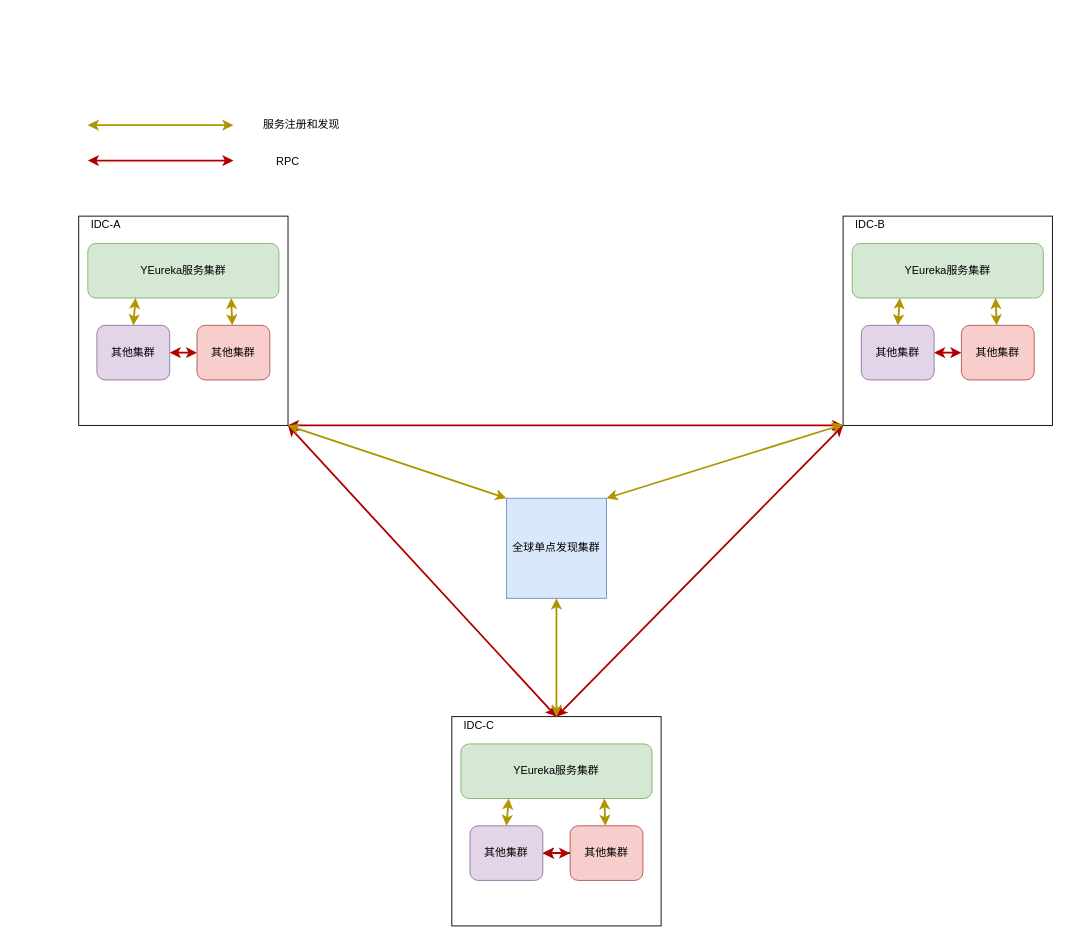
Gred01/study keeps this draw.io diagram as Untitled Diagram.drawio. Above is the earlier version. Source tidied: cells renumbered, new cells numbered last; positions are measured from the earlier drawing's top-left corner, leaving out a move shared by most shapes. Both pictures are drawn from the tidied source at 91%, with x=0, y=0 at pixel (78, 116).
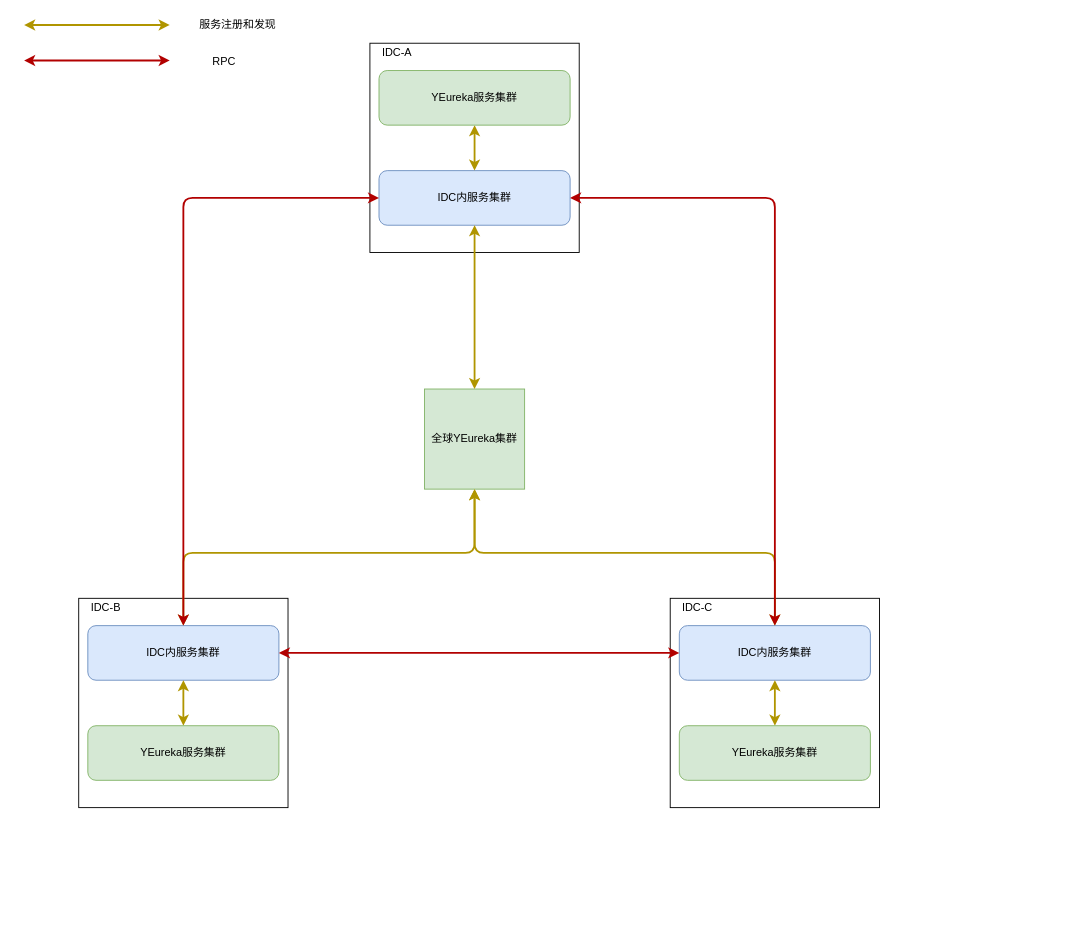
Above is the later version.

Diff of the diagram source:
```diff
@@
     <mxCell id="2" style="whiteSpace=wrap;html=1;" parent="1" vertex="1">
-      <mxGeometry y="110" width="230" height="230" as="geometry" />
+      <mxGeometry y="530" width="230" height="230" as="geometry" />
     </mxCell>
-    <mxCell id="3" value="YEureka服务集群" style="rounded=1;whiteSpace=wrap;html=1;fillColor=#d5e8d4;strokeColor=#82b366;" parent="1" vertex="1">
-      <mxGeometry x="10" y="140" width="210" height="60" as="geometry" />
+    <mxCell id="3" value="IDC内服务集群" style="rounded=1;whiteSpace=wrap;html=1;fillColor=#dae8fc;strokeColor=#6c8ebf;" parent="1" vertex="1">
+      <mxGeometry x="10" y="560" width="210" height="60" as="geometry" />
     </mxCell>
-    <mxCell id="4" value="IDC-A" style="text;html=1;strokeColor=none;fillColor=none;align=center;verticalAlign=middle;whiteSpace=wrap;rounded=0;" parent="1" vertex="1">
-      <mxGeometry y="110" width="60" height="20" as="geometry" />
+    <mxCell id="4" value="IDC-B" style="text;html=1;strokeColor=none;fillColor=none;align=center;verticalAlign=middle;whiteSpace=wrap;rounded=0;" parent="1" vertex="1">
+      <mxGeometry y="530" width="60" height="20" as="geometry" />
     </mxCell>
-    <mxCell id="5" value="其他集群" style="rounded=1;whiteSpace=wrap;html=1;fillColor=#f8cecc;strokeColor=#b85450;" parent="1" vertex="1">
-      <mxGeometry x="130" y="230" width="80" height="60" as="geometry" />
-    </mxCell>
-    <mxCell id="6" style="endArrow=classic;startArrow=classic;html=1;exitX=0.75;exitY=1;exitDx=0;exitDy=0;fillColor=#e3c800;strokeColor=#B09500;strokeWidth=2;" parent="1" edge="1" source="3" target="5">
+    <mxCell id="6" style="endArrow=classic;startArrow=classic;html=1;exitX=0.5;exitY=1;exitDx=0;exitDy=0;fillColor=#e3c800;strokeColor=#B09500;strokeWidth=2;entryX=0.5;entryY=0;entryDx=0;entryDy=0;" parent="1" edge="1" source="3" target="38">
       <mxGeometry relative="1" as="geometry" />
     </mxCell>
-    <mxCell id="7" value="其他集群" style="rounded=1;whiteSpace=wrap;html=1;fillColor=#e1d5e7;strokeColor=#9673a6;" parent="1" vertex="1">
-      <mxGeometry x="20" y="230" width="80" height="60" as="geometry" />
-    </mxCell>
-    <mxCell id="8" style="endArrow=classic;startArrow=classic;html=1;exitX=0.5;exitY=0;exitDx=0;exitDy=0;entryX=0.25;entryY=1;entryDx=0;entryDy=0;fillColor=#e3c800;strokeColor=#B09500;strokeWidth=2;" parent="1" edge="1" source="7" target="3">
-      <mxGeometry relative="1" as="geometry" />
-    </mxCell>
-    <mxCell id="9" style="endArrow=classic;startArrow=classic;html=1;entryX=0;entryY=0.5;entryDx=0;entryDy=0;fillColor=#e51400;strokeColor=#B20000;strokeWidth=2;" parent="1" edge="1" source="7" target="5">
-      <mxGeometry relative="1" as="geometry" />
-    </mxCell>
-    <mxCell id="10" style="whiteSpace=wrap;html=1;" parent="1" vertex="1">
-      <mxGeometry x="840" y="110" width="230" height="230" as="geometry" />
-    </mxCell>
-    <mxCell id="11" value="YEureka服务集群" style="rounded=1;whiteSpace=wrap;html=1;fillColor=#d5e8d4;strokeColor=#82b366;" parent="1" vertex="1">
-      <mxGeometry x="850" y="140" width="210" height="60" as="geometry" />
-    </mxCell>
-    <mxCell id="12" value="IDC-B" style="text;html=1;strokeColor=none;fillColor=none;align=center;verticalAlign=middle;whiteSpace=wrap;rounded=0;" parent="1" vertex="1">
-      <mxGeometry x="840" y="110" width="60" height="20" as="geometry" />
-    </mxCell>
-    <mxCell id="13" value="其他集群" style="rounded=1;whiteSpace=wrap;html=1;fillColor=#f8cecc;strokeColor=#b85450;" parent="1" vertex="1">
-      <mxGeometry x="970" y="230" width="80" height="60" as="geometry" />
-    </mxCell>
-    <mxCell id="14" style="endArrow=classic;startArrow=classic;html=1;exitX=0.75;exitY=1;exitDx=0;exitDy=0;fillColor=#e3c800;strokeColor=#B09500;strokeWidth=2;" parent="1" edge="1" source="11" target="13">
-      <mxGeometry relative="1" as="geometry" />
-    </mxCell>
-    <mxCell id="15" value="其他集群" style="rounded=1;whiteSpace=wrap;html=1;fillColor=#e1d5e7;strokeColor=#9673a6;" parent="1" vertex="1">
-      <mxGeometry x="860" y="230" width="80" height="60" as="geometry" />
-    </mxCell>
-    <mxCell id="16" style="endArrow=classic;startArrow=classic;html=1;exitX=0.5;exitY=0;exitDx=0;exitDy=0;entryX=0.25;entryY=1;entryDx=0;entryDy=0;fillColor=#e3c800;strokeColor=#B09500;strokeWidth=2;" parent="1" edge="1" source="15" target="11">
-      <mxGeometry relative="1" as="geometry" />
-    </mxCell>
-    <mxCell id="17" style="endArrow=classic;startArrow=classic;html=1;entryX=0;entryY=0.5;entryDx=0;entryDy=0;fillColor=#e51400;strokeColor=#B20000;strokeWidth=2;" parent="1" edge="1" source="15" target="13">
-      <mxGeometry relative="1" as="geometry" />
-    </mxCell>
-    <mxCell id="18" style="whiteSpace=wrap;html=1;" parent="1" vertex="1">
-      <mxGeometry x="410" y="660" width="230" height="230" as="geometry" />
-    </mxCell>
-    <mxCell id="19" value="YEureka服务集群" style="rounded=1;whiteSpace=wrap;html=1;fillColor=#d5e8d4;strokeColor=#82b366;" parent="1" vertex="1">
-      <mxGeometry x="420" y="690" width="210" height="60" as="geometry" />
-    </mxCell>
-    <mxCell id="20" value="IDC-C" style="text;html=1;strokeColor=none;fillColor=none;align=center;verticalAlign=middle;whiteSpace=wrap;rounded=0;" parent="1" vertex="1">
-      <mxGeometry x="410" y="660" width="60" height="20" as="geometry" />
-    </mxCell>
-    <mxCell id="21" style="edgeStyle=orthogonalEdgeStyle;rounded=0;jettySize=auto;html=1;strokeWidth=2;" parent="1" edge="1" source="22" target="24">
-      <mxGeometry relative="1" as="geometry" />
-    </mxCell>
-    <mxCell id="22" value="其他集群" style="rounded=1;whiteSpace=wrap;html=1;fillColor=#f8cecc;strokeColor=#b85450;" parent="1" vertex="1">
-      <mxGeometry x="540" y="780" width="80" height="60" as="geometry" />
-    </mxCell>
-    <mxCell id="23" style="endArrow=classic;startArrow=classic;html=1;exitX=0.75;exitY=1;exitDx=0;exitDy=0;fillColor=#e3c800;strokeColor=#B09500;strokeWidth=2;" parent="1" edge="1" source="19" target="22">
-      <mxGeometry relative="1" as="geometry" />
-    </mxCell>
-    <mxCell id="24" value="其他集群" style="rounded=1;whiteSpace=wrap;html=1;fillColor=#e1d5e7;strokeColor=#9673a6;" parent="1" vertex="1">
-      <mxGeometry x="430" y="780" width="80" height="60" as="geometry" />
-    </mxCell>
-    <mxCell id="25" style="endArrow=classic;startArrow=classic;html=1;exitX=0.5;exitY=0;exitDx=0;exitDy=0;entryX=0.25;entryY=1;entryDx=0;entryDy=0;fillColor=#e3c800;strokeColor=#B09500;strokeWidth=2;" parent="1" edge="1" source="24" target="19">
-      <mxGeometry relative="1" as="geometry" />
-    </mxCell>
-    <mxCell id="26" style="endArrow=classic;startArrow=classic;html=1;entryX=1;entryY=1;entryDx=0;entryDy=0;fillColor=#e51400;strokeColor=#B20000;strokeWidth=2;exitX=0.5;exitY=0;exitDx=0;exitDy=0;" parent="1" edge="1" source="18" target="2">
-      <mxGeometry relative="1" as="geometry" />
-    </mxCell>
-    <mxCell id="27" style="endArrow=classic;startArrow=classic;html=1;strokeWidth=2;fillColor=#e51400;strokeColor=#B20000;entryX=0.5;entryY=0;entryDx=0;entryDy=0;exitX=0;exitY=1;exitDx=0;exitDy=0;" parent="1" edge="1" source="10" target="18">
-      <mxGeometry relative="1" as="geometry" />
-    </mxCell>
-    <mxCell id="28" style="endArrow=classic;startArrow=classic;html=1;entryX=1;entryY=1;entryDx=0;entryDy=0;strokeWidth=2;fillColor=#e51400;strokeColor=#B20000;" parent="1" edge="1" target="2">
-      <mxGeometry relative="1" as="geometry">
-        <mxPoint x="840" y="340" as="sourcePoint" />
-      </mxGeometry>
-    </mxCell>
-    <mxCell id="29" value="全球单点发现集群" style="whiteSpace=wrap;html=1;fillColor=#dae8fc;strokeColor=#6c8ebf;rounded=0;" parent="1" vertex="1">
-      <mxGeometry x="470" y="420" width="110" height="110" as="geometry" />
+    <mxCell id="29" value="全球YEureka集群" style="whiteSpace=wrap;html=1;fillColor=#d5e8d4;strokeColor=#82b366;rounded=0;" parent="1" vertex="1">
+      <mxGeometry x="380" y="300" width="110" height="110" as="geometry" />
     </mxCell>
-    <mxCell id="30" style="endArrow=classic;startArrow=classic;html=1;exitX=0.5;exitY=1;exitDx=0;exitDy=0;fillColor=#e3c800;strokeColor=#B09500;strokeWidth=2;entryX=0.5;entryY=0;entryDx=0;entryDy=0;" parent="1" edge="1" source="29" target="18">
-      <mxGeometry relative="1" as="geometry" />
-    </mxCell>
-    <mxCell id="31" style="endArrow=classic;startArrow=classic;html=1;entryX=1;entryY=1;entryDx=0;entryDy=0;exitX=0;exitY=0;exitDx=0;exitDy=0;fillColor=#e3c800;strokeColor=#B09500;strokeWidth=2;" parent="1" edge="1" source="29" target="2">
-      <mxGeometry relative="1" as="geometry" />
-    </mxCell>
-    <mxCell id="32" style="endArrow=classic;startArrow=classic;html=1;exitX=0;exitY=0;exitDx=0;exitDy=0;fillColor=#e3c800;strokeColor=#B09500;strokeWidth=2;entryX=1;entryY=0;entryDx=0;entryDy=0;" parent="1" edge="1" target="29">
-      <mxGeometry relative="1" as="geometry">
-        <mxPoint x="840" y="339" as="sourcePoint" />
-      </mxGeometry>
-    </mxCell>
     <mxCell id="33" style="endArrow=classic;startArrow=classic;html=1;fillColor=#e51400;strokeColor=#B20000;strokeWidth=2;" parent="1" edge="1">
       <mxGeometry relative="1" as="geometry">
-        <mxPoint x="10" y="49" as="sourcePoint" />
-        <mxPoint x="170" y="49" as="targetPoint" />
+        <mxPoint x="-60" y="-61" as="sourcePoint" />
+        <mxPoint x="100" y="-61" as="targetPoint" />
       </mxGeometry>
     </mxCell>
     <mxCell id="34" style="endArrow=classic;startArrow=classic;html=1;fillColor=#e3c800;strokeColor=#B09500;strokeWidth=2;" parent="1" edge="1">
       <mxGeometry relative="1" as="geometry">
-        <mxPoint x="10" y="10" as="sourcePoint" />
-        <mxPoint x="170" y="10" as="targetPoint" />
+        <mxPoint x="-60" y="-100" as="sourcePoint" />
+        <mxPoint x="100" y="-100" as="targetPoint" />
       </mxGeometry>
     </mxCell>
     <mxCell id="35" value="服务注册和发现" style="text;html=1;strokeColor=none;fillColor=none;align=center;verticalAlign=middle;whiteSpace=wrap;rounded=0;" parent="1" vertex="1">
-      <mxGeometry x="200" width="90" height="20" as="geometry" />
+      <mxGeometry x="130" y="-110" width="90" height="20" as="geometry" />
     </mxCell>
     <mxCell id="36" value="RPC" style="text;html=1;strokeColor=none;fillColor=none;align=center;verticalAlign=middle;whiteSpace=wrap;rounded=0;" parent="1" vertex="1">
-      <mxGeometry x="200" y="40" width="60" height="20" as="geometry" />
+      <mxGeometry x="130" y="-70" width="60" height="20" as="geometry" />
     </mxCell>
-    <mxCell id="37" style="endArrow=classic;startArrow=classic;html=1;fillColor=#e51400;strokeColor=#B20000;strokeWidth=2;entryX=0;entryY=0.5;entryDx=0;entryDy=0;" parent="1" edge="1" target="22">
-      <mxGeometry relative="1" as="geometry">
-        <mxPoint x="510" y="810" as="sourcePoint" />
-      </mxGeometry>
-    </mxCell>
+    <mxCell id="38" value="&lt;span&gt;YEureka服务集群&lt;/span&gt;" style="rounded=1;whiteSpace=wrap;html=1;fillColor=#d5e8d4;strokeColor=#82b366;" parent="1" vertex="1">
+      <mxGeometry x="10" y="670" width="210" height="60" as="geometry" />
+    </mxCell>
+    <mxCell id="39" style="whiteSpace=wrap;html=1;" parent="1" vertex="1">
+      <mxGeometry x="650" y="530" width="230" height="230" as="geometry" />
+    </mxCell>
+    <mxCell id="40" value="IDC内服务集群" style="rounded=1;whiteSpace=wrap;html=1;fillColor=#dae8fc;strokeColor=#6c8ebf;" parent="1" vertex="1">
+      <mxGeometry x="660" y="560" width="210" height="60" as="geometry" />
+    </mxCell>
+    <mxCell id="20" value="IDC-C" style="text;html=1;strokeColor=none;fillColor=none;align=center;verticalAlign=middle;whiteSpace=wrap;rounded=0;" parent="1" vertex="1">
+      <mxGeometry x="650" y="530" width="60" height="20" as="geometry" />
+    </mxCell>
+    <mxCell id="41" style="endArrow=classic;startArrow=classic;html=1;exitX=0.5;exitY=1;exitDx=0;exitDy=0;fillColor=#e3c800;strokeColor=#B09500;strokeWidth=2;entryX=0.5;entryY=0;entryDx=0;entryDy=0;" parent="1" edge="1" source="40" target="42">
+      <mxGeometry relative="1" as="geometry" />
+    </mxCell>
+    <mxCell id="42" value="YEureka服务集群" style="rounded=1;whiteSpace=wrap;html=1;fillColor=#d5e8d4;strokeColor=#82b366;" parent="1" vertex="1">
+      <mxGeometry x="660" y="670" width="210" height="60" as="geometry" />
+    </mxCell>
+    <mxCell id="43" style="whiteSpace=wrap;html=1;" parent="1" vertex="1">
+      <mxGeometry x="320" y="-80" width="230" height="230" as="geometry" />
+    </mxCell>
+    <mxCell id="44" value="IDC内服务集群" style="rounded=1;whiteSpace=wrap;html=1;fillColor=#dae8fc;strokeColor=#6c8ebf;" parent="1" vertex="1">
+      <mxGeometry x="330" y="60" width="210" height="60" as="geometry" />
+    </mxCell>
+    <mxCell id="45" value="IDC-A" style="text;html=1;strokeColor=none;fillColor=none;align=center;verticalAlign=middle;whiteSpace=wrap;rounded=0;" parent="1" vertex="1">
+      <mxGeometry x="320" y="-80" width="60" height="20" as="geometry" />
+    </mxCell>
+    <mxCell id="46" style="endArrow=classic;startArrow=classic;html=1;exitX=0.5;exitY=0;exitDx=0;exitDy=0;fillColor=#e3c800;strokeColor=#B09500;strokeWidth=2;entryX=0.5;entryY=1;entryDx=0;entryDy=0;" parent="1" edge="1" source="44" target="47">
+      <mxGeometry relative="1" as="geometry" />
+    </mxCell>
+    <mxCell id="47" value="YEureka服务集群" style="rounded=1;whiteSpace=wrap;html=1;fillColor=#d5e8d4;strokeColor=#82b366;" parent="1" vertex="1">
+      <mxGeometry x="330" y="-50" width="210" height="60" as="geometry" />
+    </mxCell>
+    <mxCell id="48" style="endArrow=classic;startArrow=classic;html=1;exitX=0.5;exitY=0;exitDx=0;exitDy=0;entryX=0.5;entryY=1;entryDx=0;entryDy=0;fillColor=#e3c800;strokeColor=#B09500;strokeWidth=2;" parent="1" edge="1" source="3" target="29">
+      <mxGeometry relative="1" as="geometry">
+        <Array as="points">
+          <mxPoint x="115" y="480" />
+          <mxPoint x="435" y="480" />
+        </Array>
+      </mxGeometry>
+    </mxCell>
+    <mxCell id="49" style="endArrow=classic;startArrow=classic;html=1;strokeWidth=2;fillColor=#e3c800;strokeColor=#B09500;" parent="1" edge="1" source="29" target="44">
+      <mxGeometry relative="1" as="geometry" />
+    </mxCell>
+    <mxCell id="50" style="endArrow=classic;startArrow=classic;html=1;entryX=1;entryY=0.5;entryDx=0;entryDy=0;exitX=0;exitY=0.5;exitDx=0;exitDy=0;fillColor=#e51400;strokeColor=#B20000;strokeWidth=2;" parent="1" edge="1" source="40" target="3">
+      <mxGeometry relative="1" as="geometry" />
+    </mxCell>
+    <mxCell id="51" style="endArrow=classic;startArrow=classic;html=1;strokeWidth=2;exitX=0.5;exitY=0;exitDx=0;exitDy=0;fillColor=#e3c800;strokeColor=#B09500;" parent="1" edge="1" source="40">
+      <mxGeometry relative="1" as="geometry">
+        <mxPoint x="435" y="410" as="targetPoint" />
+        <Array as="points">
+          <mxPoint x="765" y="480" />
+          <mxPoint x="435" y="480" />
+        </Array>
+      </mxGeometry>
+    </mxCell>
+    <mxCell id="52" style="endArrow=classic;startArrow=classic;html=1;strokeWidth=2;exitX=0.5;exitY=0;exitDx=0;exitDy=0;entryX=0;entryY=0.5;entryDx=0;entryDy=0;fillColor=#e51400;strokeColor=#B20000;" parent="1" edge="1" source="3" target="44">
+      <mxGeometry relative="1" as="geometry">
+        <Array as="points">
+          <mxPoint x="115" y="90" />
+        </Array>
+      </mxGeometry>
+    </mxCell>
+    <mxCell id="53" style="endArrow=classic;startArrow=classic;html=1;strokeWidth=2;entryX=1;entryY=0.5;entryDx=0;entryDy=0;exitX=0.5;exitY=0;exitDx=0;exitDy=0;fillColor=#e51400;strokeColor=#B20000;" parent="1" edge="1" source="40" target="44">
+      <mxGeometry relative="1" as="geometry">
+        <Array as="points">
+          <mxPoint x="765" y="90" />
+        </Array>
+      </mxGeometry>
+    </mxCell>
```
